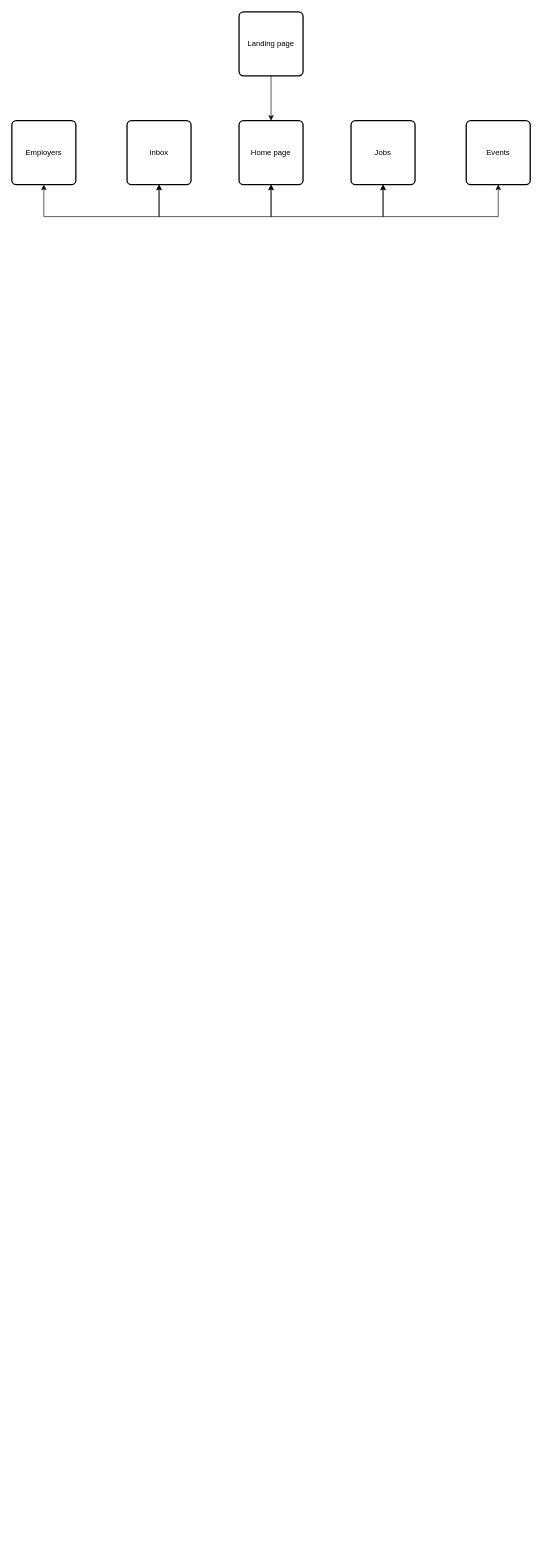
This is Untitled Diagram.drawio from GarrettGuisinger/Interntwine, a draw.io file, before an edit. Source tidied: cells renumbered, new cells numbered last; positions are measured from the earlier drawing's top-left corner, leaving out a move shared by most shapes. Both pictures are drawn from the tidied source at 64%, with x=0, y=0 at pixel (12, 12).
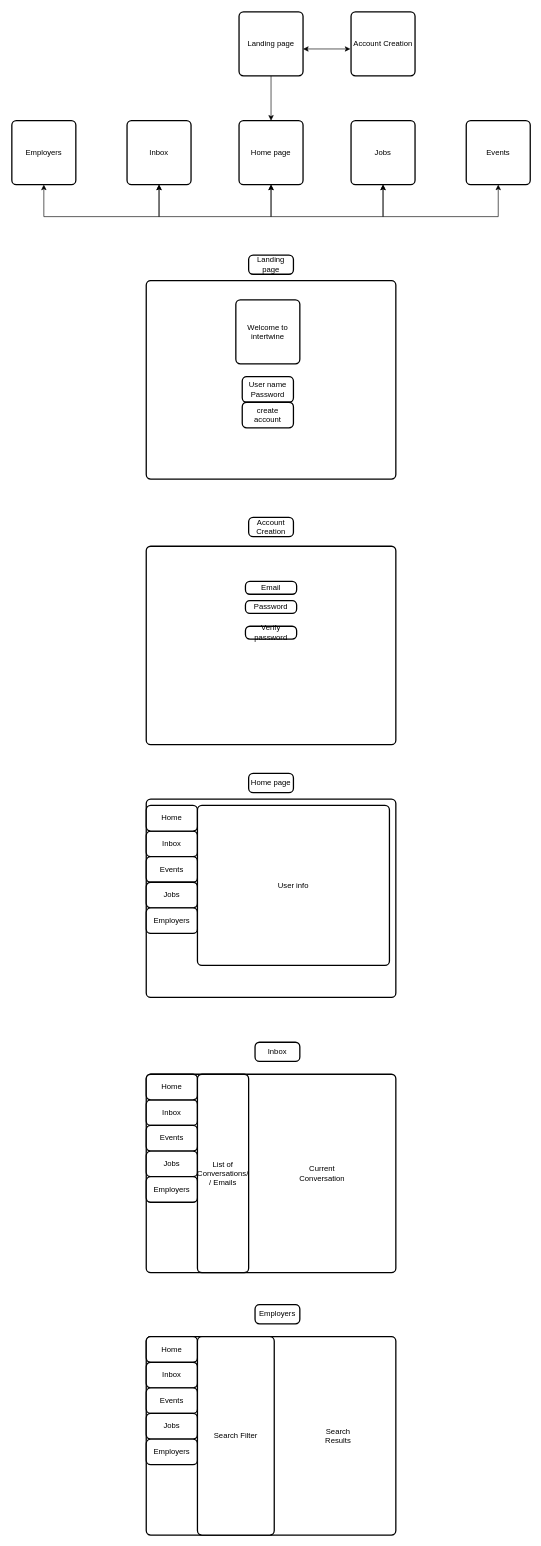
The same diagram, later.

Commit message (it also covers changes not shown here):
Top level layer

Unchanged cells that the change refers to:
```xml
<mxCell id="3" value="Landing page" style="rounded=1;whiteSpace=wrap;html=1;absoluteArcSize=1;arcSize=14;strokeWidth=2;" parent="1" vertex="1">
  <mxGeometry x="355" width="100" height="100" as="geometry" />
</mxCell>
```

Diff of the diagram source:
```diff
@@
+    <mxCell id="13" style="rounded=1;whiteSpace=wrap;html=1;absoluteArcSize=1;arcSize=14;strokeWidth=2;" parent="1" vertex="1">
+      <mxGeometry x="210" y="420" width="390" height="310" as="geometry" />
+    </mxCell>
+    <mxCell id="14" value="Landing page" style="rounded=1;whiteSpace=wrap;html=1;absoluteArcSize=1;arcSize=14;strokeWidth=2;" parent="1" vertex="1">
+      <mxGeometry x="370" y="380" width="70" height="30" as="geometry" />
+    </mxCell>
+    <mxCell id="15" value="User name&lt;br&gt;Password" style="rounded=1;whiteSpace=wrap;html=1;absoluteArcSize=1;arcSize=14;strokeWidth=2;" parent="1" vertex="1">
+      <mxGeometry x="360" y="570" width="80" height="40" as="geometry" />
+    </mxCell>
+    <mxCell id="16" value="create account" style="rounded=1;whiteSpace=wrap;html=1;absoluteArcSize=1;arcSize=14;strokeWidth=2;" parent="1" vertex="1">
+      <mxGeometry x="360" y="610" width="80" height="40" as="geometry" />
+    </mxCell>
+    <mxCell id="17" value="Welcome to intertwine" style="rounded=1;whiteSpace=wrap;html=1;absoluteArcSize=1;arcSize=14;strokeWidth=2;" parent="1" vertex="1">
+      <mxGeometry x="350" y="450" width="100" height="100" as="geometry" />
+    </mxCell>
+    <mxCell id="18" style="rounded=1;whiteSpace=wrap;html=1;absoluteArcSize=1;arcSize=14;strokeWidth=2;" parent="1" vertex="1">
+      <mxGeometry x="210" y="1230" width="390" height="310" as="geometry" />
+    </mxCell>
+    <mxCell id="19" value="Home page" style="rounded=1;whiteSpace=wrap;html=1;absoluteArcSize=1;arcSize=14;strokeWidth=2;" parent="1" vertex="1">
+      <mxGeometry x="370" y="1190" width="70" height="30" as="geometry" />
+    </mxCell>
+    <mxCell id="20" value="Inbox" style="rounded=1;whiteSpace=wrap;html=1;absoluteArcSize=1;arcSize=14;strokeWidth=2;" parent="1" vertex="1">
+      <mxGeometry x="210" y="1280" width="80" height="40" as="geometry" />
+    </mxCell>
+    <mxCell id="21" value="Events" style="rounded=1;whiteSpace=wrap;html=1;absoluteArcSize=1;arcSize=14;strokeWidth=2;" parent="1" vertex="1">
+      <mxGeometry x="210" y="1320" width="80" height="40" as="geometry" />
+    </mxCell>
+    <mxCell id="22" value="Jobs" style="rounded=1;whiteSpace=wrap;html=1;absoluteArcSize=1;arcSize=14;strokeWidth=2;" parent="1" vertex="1">
+      <mxGeometry x="210" y="1360" width="80" height="40" as="geometry" />
+    </mxCell>
+    <mxCell id="23" value="Employers" style="rounded=1;whiteSpace=wrap;html=1;absoluteArcSize=1;arcSize=14;strokeWidth=2;" parent="1" vertex="1">
+      <mxGeometry x="210" y="1400" width="80" height="40" as="geometry" />
+    </mxCell>
+    <mxCell id="24" value="Home" style="rounded=1;whiteSpace=wrap;html=1;absoluteArcSize=1;arcSize=14;strokeWidth=2;" parent="1" vertex="1">
+      <mxGeometry x="210" y="1240" width="80" height="40" as="geometry" />
+    </mxCell>
+    <mxCell id="25" value="User info" style="rounded=1;whiteSpace=wrap;html=1;absoluteArcSize=1;arcSize=14;strokeWidth=2;" parent="1" vertex="1">
+      <mxGeometry x="290" y="1240" width="300" height="250" as="geometry" />
+    </mxCell>
+    <mxCell id="26" style="rounded=1;whiteSpace=wrap;html=1;absoluteArcSize=1;arcSize=14;strokeWidth=2;" parent="1" vertex="1">
+      <mxGeometry x="210" y="1660" width="390" height="310" as="geometry" />
+    </mxCell>
+    <mxCell id="27" value="Inbox" style="rounded=1;whiteSpace=wrap;html=1;absoluteArcSize=1;arcSize=14;strokeWidth=2;" parent="1" vertex="1">
+      <mxGeometry x="380" y="1610" width="70" height="30" as="geometry" />
+    </mxCell>
+    <mxCell id="28" value="Inbox" style="rounded=1;whiteSpace=wrap;html=1;absoluteArcSize=1;arcSize=14;strokeWidth=2;" parent="1" vertex="1">
+      <mxGeometry x="210" y="1700" width="80" height="40" as="geometry" />
+    </mxCell>
+    <mxCell id="29" value="Events" style="rounded=1;whiteSpace=wrap;html=1;absoluteArcSize=1;arcSize=14;strokeWidth=2;" parent="1" vertex="1">
+      <mxGeometry x="210" y="1740" width="80" height="40" as="geometry" />
+    </mxCell>
+    <mxCell id="30" value="Jobs" style="rounded=1;whiteSpace=wrap;html=1;absoluteArcSize=1;arcSize=14;strokeWidth=2;" parent="1" vertex="1">
+      <mxGeometry x="210" y="1780" width="80" height="40" as="geometry" />
+    </mxCell>
+    <mxCell id="31" value="Employers" style="rounded=1;whiteSpace=wrap;html=1;absoluteArcSize=1;arcSize=14;strokeWidth=2;" parent="1" vertex="1">
+      <mxGeometry x="210" y="1820" width="80" height="40" as="geometry" />
+    </mxCell>
+    <mxCell id="32" value="Home" style="rounded=1;whiteSpace=wrap;html=1;absoluteArcSize=1;arcSize=14;strokeWidth=2;" parent="1" vertex="1">
+      <mxGeometry x="210" y="1660" width="80" height="40" as="geometry" />
+    </mxCell>
+    <mxCell id="33" value="List of Conversations/&lt;br&gt;/ Emails" style="rounded=1;whiteSpace=wrap;html=1;absoluteArcSize=1;arcSize=14;strokeWidth=2;" parent="1" vertex="1">
+      <mxGeometry x="290" y="1660" width="80" height="310" as="geometry" />
+    </mxCell>
+    <mxCell id="34" value="Current Conversation" style="text;html=1;strokeColor=none;fillColor=none;align=center;verticalAlign=middle;whiteSpace=wrap;rounded=0;" parent="1" vertex="1">
+      <mxGeometry x="460" y="1800" width="50" height="30" as="geometry" />
+    </mxCell>
+    <mxCell id="35" style="rounded=1;whiteSpace=wrap;html=1;absoluteArcSize=1;arcSize=14;strokeWidth=2;" parent="1" vertex="1">
+      <mxGeometry x="210" y="2070" width="390" height="310" as="geometry" />
+    </mxCell>
+    <mxCell id="36" value="Employers" style="rounded=1;whiteSpace=wrap;html=1;absoluteArcSize=1;arcSize=14;strokeWidth=2;" parent="1" vertex="1">
+      <mxGeometry x="380" y="2020" width="70" height="30" as="geometry" />
+    </mxCell>
+    <mxCell id="37" value="Inbox" style="rounded=1;whiteSpace=wrap;html=1;absoluteArcSize=1;arcSize=14;strokeWidth=2;" parent="1" vertex="1">
+      <mxGeometry x="210" y="2110" width="80" height="40" as="geometry" />
+    </mxCell>
+    <mxCell id="38" value="Events" style="rounded=1;whiteSpace=wrap;html=1;absoluteArcSize=1;arcSize=14;strokeWidth=2;" parent="1" vertex="1">
+      <mxGeometry x="210" y="2150" width="80" height="40" as="geometry" />
+    </mxCell>
+    <mxCell id="39" value="Jobs" style="rounded=1;whiteSpace=wrap;html=1;absoluteArcSize=1;arcSize=14;strokeWidth=2;" parent="1" vertex="1">
+      <mxGeometry x="210" y="2190" width="80" height="40" as="geometry" />
+    </mxCell>
+    <mxCell id="40" value="Employers" style="rounded=1;whiteSpace=wrap;html=1;absoluteArcSize=1;arcSize=14;strokeWidth=2;" parent="1" vertex="1">
+      <mxGeometry x="210" y="2230" width="80" height="40" as="geometry" />
+    </mxCell>
+    <mxCell id="41" value="Home" style="rounded=1;whiteSpace=wrap;html=1;absoluteArcSize=1;arcSize=14;strokeWidth=2;" parent="1" vertex="1">
+      <mxGeometry x="210" y="2070" width="80" height="40" as="geometry" />
+    </mxCell>
+    <mxCell id="42" value="Search Filter" style="rounded=1;whiteSpace=wrap;html=1;absoluteArcSize=1;arcSize=14;strokeWidth=2;" parent="1" vertex="1">
+      <mxGeometry x="290" y="2070" width="120" height="310" as="geometry" />
+    </mxCell>
+    <mxCell id="43" value="Search Results" style="text;html=1;strokeColor=none;fillColor=none;align=center;verticalAlign=middle;whiteSpace=wrap;rounded=0;" parent="1" vertex="1">
+      <mxGeometry x="480" y="2210" width="60" height="30" as="geometry" />
+    </mxCell>
+    <mxCell id="44" value="Account Creation" style="rounded=1;whiteSpace=wrap;html=1;absoluteArcSize=1;arcSize=14;strokeWidth=2;" parent="1" vertex="1">
+      <mxGeometry x="530" width="100" height="100" as="geometry" />
+    </mxCell>
+    <mxCell id="45" style="endArrow=classic;startArrow=classic;html=1;rounded=0;entryX=-0.01;entryY=0.58;entryDx=0;entryDy=0;entryPerimeter=0;exitX=1;exitY=0.58;exitDx=0;exitDy=0;exitPerimeter=0;" parent="1" edge="1" source="3" target="44">
+      <mxGeometry relative="1" as="geometry" />
+    </mxCell>
+    <mxCell id="46" style="rounded=1;whiteSpace=wrap;html=1;absoluteArcSize=1;arcSize=14;strokeWidth=2;" parent="1" vertex="1">
+      <mxGeometry x="210" y="835" width="390" height="310" as="geometry" />
+    </mxCell>
+    <mxCell id="47" value="Account Creation" style="rounded=1;whiteSpace=wrap;html=1;absoluteArcSize=1;arcSize=14;strokeWidth=2;" parent="1" vertex="1">
+      <mxGeometry x="370" y="790" width="70" height="30" as="geometry" />
+    </mxCell>
+    <mxCell id="48" value="Email" style="rounded=1;whiteSpace=wrap;html=1;absoluteArcSize=1;arcSize=14;strokeWidth=2;" parent="1" vertex="1">
+      <mxGeometry x="365" y="890" width="80" height="20" as="geometry" />
+    </mxCell>
+    <mxCell id="49" value="Password" style="rounded=1;whiteSpace=wrap;html=1;absoluteArcSize=1;arcSize=14;strokeWidth=2;" parent="1" vertex="1">
+      <mxGeometry x="365" y="920" width="80" height="20" as="geometry" />
+    </mxCell>
+    <mxCell id="50" value="Verify password" style="rounded=1;whiteSpace=wrap;html=1;absoluteArcSize=1;arcSize=14;strokeWidth=2;" parent="1" vertex="1">
+      <mxGeometry x="365" y="960" width="80" height="20" as="geometry" />
+    </mxCell>
```
